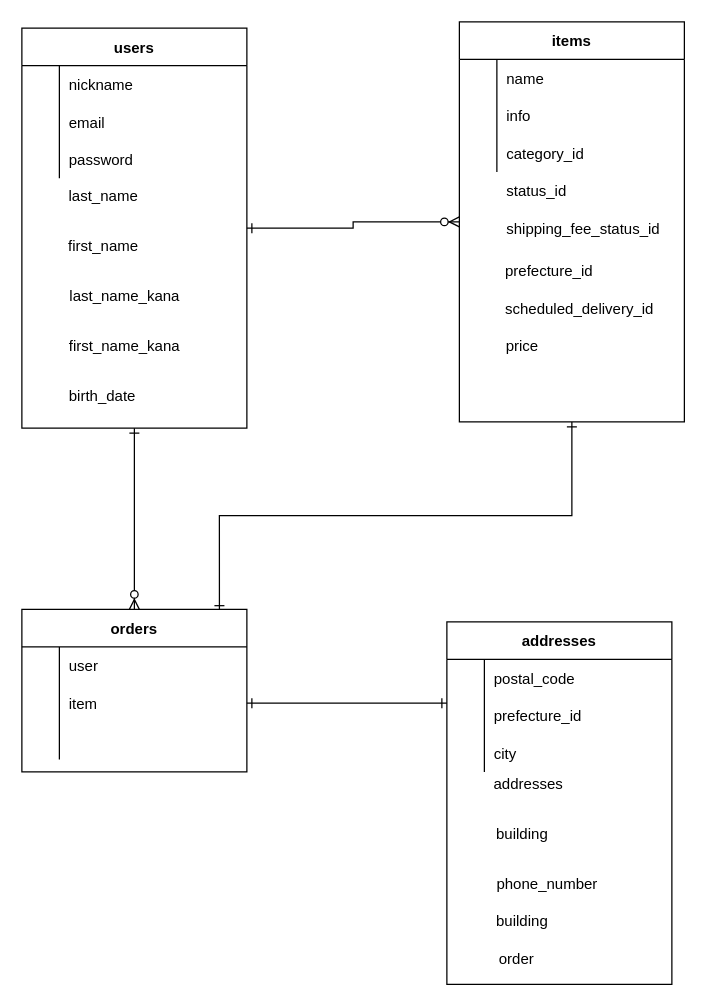
tttooommmooo/furima-31547 keeps this draw.io diagram as furima.dio. Above is the earlier version. Source tidied: cells renumbered, new cells numbered last; positions are measured from the earlier drawing's top-left corner, leaving out a move shared by most shapes. Both pictures are drawn from the tidied source at 125%, with x=0, y=0 at pixel (21, 21).
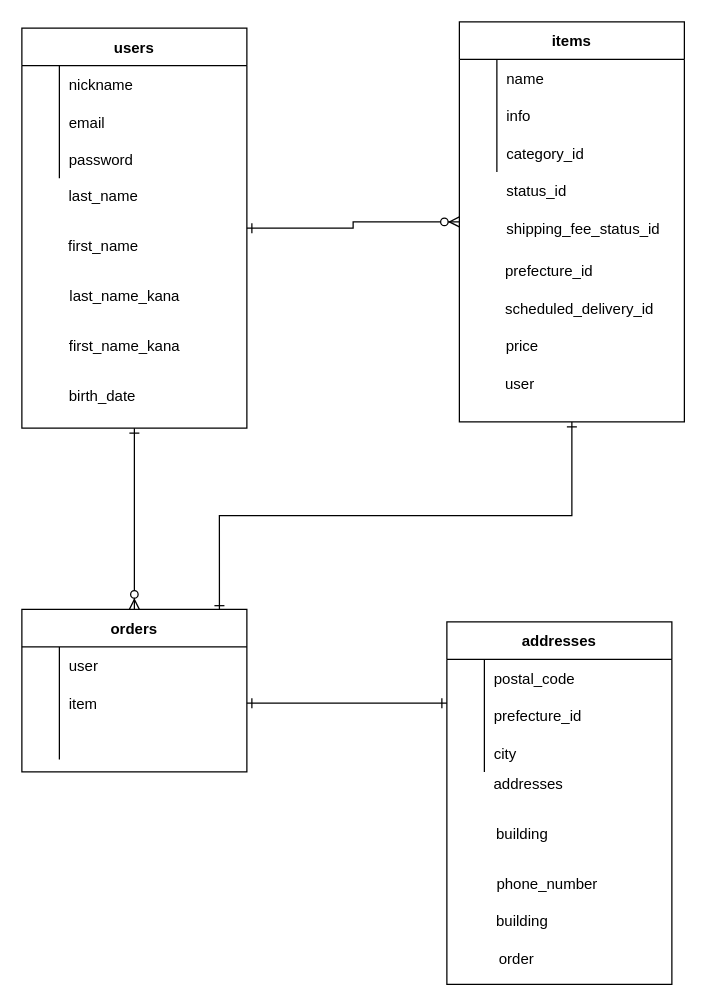
Above is the later version.

What changed in the source:
```diff
@@
+    <mxCell id="61" value="user" style="text;html=1;align=left;verticalAlign=middle;" parent="1" vertex="1">
+      <mxGeometry x="385" y="280" width="40" height="20" as="geometry" />
+    </mxCell>
```
